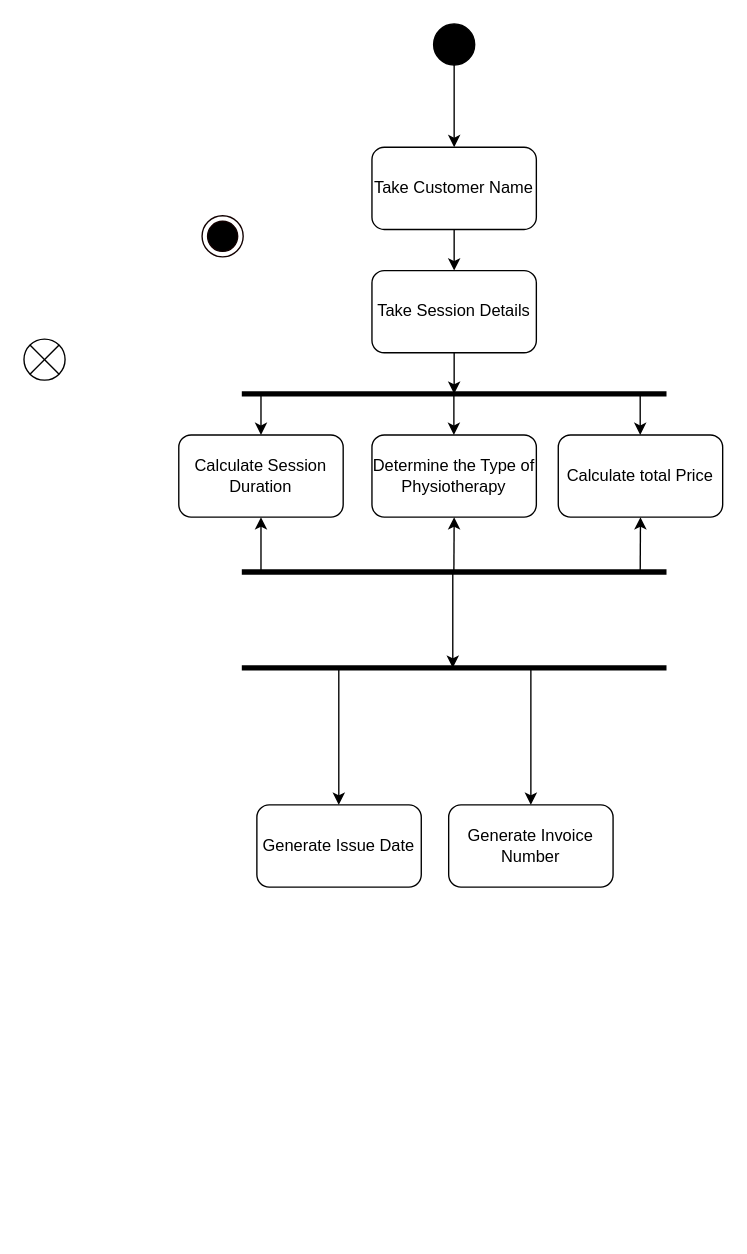
JussSelenite/JussSelenite keeps this draw.io diagram as ISWE Activity Diagram Grp Assg.drawio. Above is the earlier version. Source tidied: cells renumbered, new cells numbered last; positions are measured from the earlier drawing's top-left corner, leaving out a move shared by most shapes. Both pictures are drawn from the tidied source at 137%, with x=0, y=0 at pixel (23, 23).
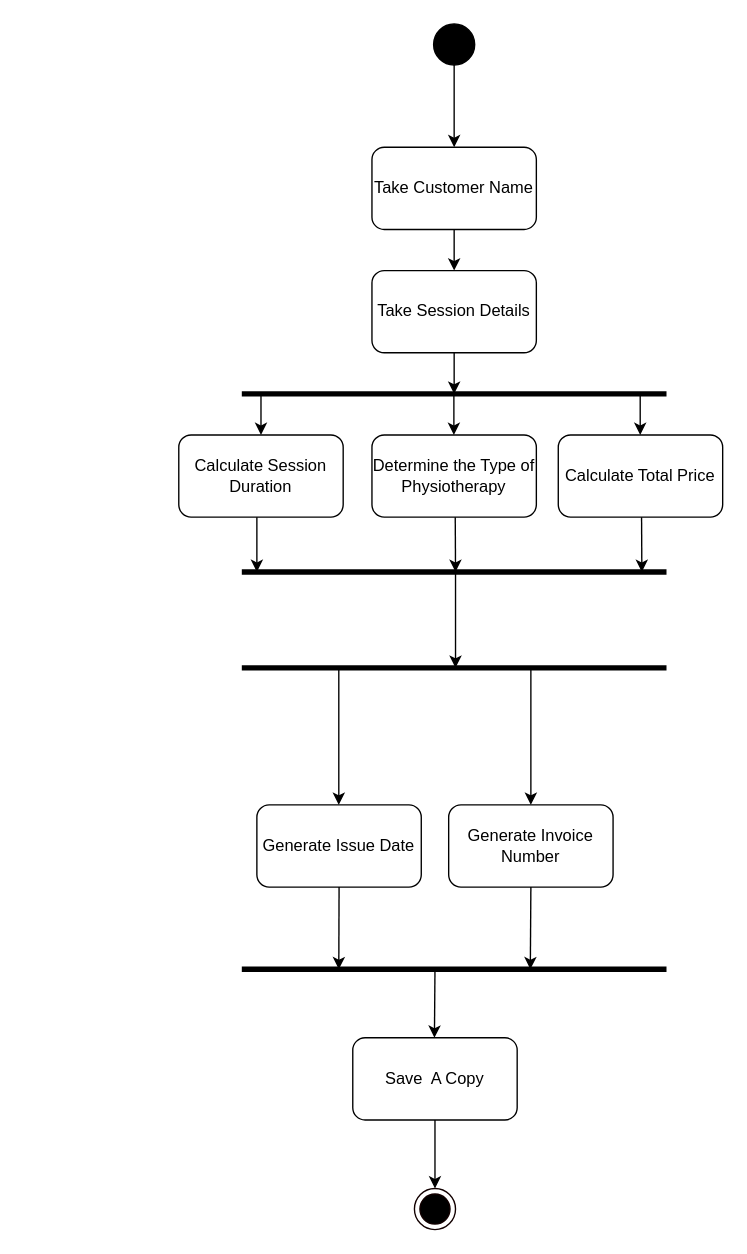
The same diagram, later.

The change refers to these unchanged cells:
```xml
<mxCell id="10" value="Calculate Session Duration" style="rounded=1;whiteSpace=wrap;html=1;" parent="1" vertex="1">
  <mxGeometry x="113" y="300" width="120" height="60" as="geometry" />
</mxCell>
<mxCell id="11" value="Determine the Type of Physiotherapy" style="rounded=1;whiteSpace=wrap;html=1;" parent="1" vertex="1">
  <mxGeometry x="254" y="300" width="120" height="60" as="geometry" />
</mxCell>
```

Change to the diagram source:
```diff
@@
     <mxCell id="2" style="ellipse;html=1;shape=endState;fillColor=#000000;strokeColor=#120000;" parent="1" vertex="1">
-      <mxGeometry x="130" y="140" width="30" height="30" as="geometry" />
+      <mxGeometry x="285" y="850" width="30" height="30" as="geometry" />
     </mxCell>
@@
-    <mxCell id="5" style="shape=sumEllipse;perimeter=ellipsePerimeter;html=1;backgroundOutline=1;" parent="1" vertex="1">
-      <mxGeometry y="230" width="30" height="30" as="geometry" />
-    </mxCell>
@@
-    <mxCell id="12" value="Calculate total Price" style="rounded=1;whiteSpace=wrap;html=1;" parent="1" vertex="1">
+    <mxCell id="12" value="Calculate Total Price" style="rounded=1;whiteSpace=wrap;html=1;" parent="1" vertex="1">
       <mxGeometry x="390" y="300" width="120" height="60" as="geometry" />
     </mxCell>
@@
-    <mxCell id="20" style="endArrow=classic;html=1;rounded=0;entryX=0.5;entryY=1;entryDx=0;entryDy=0;" parent="1" edge="1" target="11">
-      <mxGeometry relative="1" as="geometry">
-        <mxPoint x="313.8" y="400" as="sourcePoint" />
-      </mxGeometry>
-    </mxCell>
-    <mxCell id="21" style="endArrow=classic;html=1;rounded=0;entryX=0.5;entryY=1;entryDx=0;entryDy=0;" parent="1" edge="1" target="10">
-      <mxGeometry relative="1" as="geometry">
-        <mxPoint x="173" y="400" as="sourcePoint" />
-      </mxGeometry>
-    </mxCell>
-    <mxCell id="22" style="endArrow=classic;html=1;rounded=0;entryX=0.5;entryY=1;entryDx=0;entryDy=0;" parent="1" edge="1" target="12">
-      <mxGeometry relative="1" as="geometry">
-        <mxPoint x="449.8" y="400" as="sourcePoint" />
-      </mxGeometry>
-    </mxCell>
@@
     <mxCell id="24" style="edgeStyle=orthogonalEdgeStyle;rounded=0;orthogonalLoop=1;jettySize=auto;html=1;" parent="1" edge="1">
       <mxGeometry relative="1" as="geometry">
-        <mxPoint x="313" y="400" as="sourcePoint" />
-        <mxPoint x="313" y="470" as="targetPoint" />
+        <mxPoint x="315" y="400" as="sourcePoint" />
+        <mxPoint x="315" y="470" as="targetPoint" />
       </mxGeometry>
     </mxCell>
@@
+    <mxCell id="27" style="endArrow=classic;html=1;rounded=0;" parent="1" edge="1">
+      <mxGeometry relative="1" as="geometry">
+        <mxPoint x="170" y="360" as="sourcePoint" />
+        <mxPoint x="170" y="400" as="targetPoint" />
+      </mxGeometry>
+    </mxCell>
+    <mxCell id="28" style="endArrow=classic;html=1;rounded=0;" parent="1" edge="1">
+      <mxGeometry relative="1" as="geometry">
+        <mxPoint x="314.8" y="360" as="sourcePoint" />
+        <mxPoint x="315" y="400" as="targetPoint" />
+      </mxGeometry>
+    </mxCell>
+    <mxCell id="29" style="endArrow=classic;html=1;rounded=0;" parent="1" edge="1">
+      <mxGeometry relative="1" as="geometry">
+        <mxPoint x="450.8" y="360" as="sourcePoint" />
+        <mxPoint x="451" y="400" as="targetPoint" />
+      </mxGeometry>
+    </mxCell>
+    <mxCell id="30" style="endArrow=none;html=1;rounded=0;strokeWidth=4;" parent="1" edge="1">
+      <mxGeometry relative="1" as="geometry">
+        <mxPoint x="159" y="690" as="sourcePoint" />
+        <mxPoint x="469" y="690" as="targetPoint" />
+      </mxGeometry>
+    </mxCell>
+    <mxCell id="31" style="endArrow=classic;html=1;rounded=0;entryX=0.5;entryY=0;entryDx=0;entryDy=0;" parent="1" edge="1">
+      <mxGeometry relative="1" as="geometry">
+        <mxPoint x="230" y="630" as="sourcePoint" />
+        <mxPoint x="229.8" y="690" as="targetPoint" />
+      </mxGeometry>
+    </mxCell>
+    <mxCell id="32" style="endArrow=classic;html=1;rounded=0;entryX=0.5;entryY=0;entryDx=0;entryDy=0;" parent="1" edge="1">
+      <mxGeometry relative="1" as="geometry">
+        <mxPoint x="370" y="630" as="sourcePoint" />
+        <mxPoint x="369.6" y="690" as="targetPoint" />
+      </mxGeometry>
+    </mxCell>
+    <mxCell id="33" style="edgeStyle=orthogonalEdgeStyle;rounded=0;jettySize=auto;html=1;" parent="1" edge="1" source="34" target="2">
+      <mxGeometry relative="1" as="geometry" />
+    </mxCell>
+    <mxCell id="34" value="Save&amp;nbsp; A Copy" style="rounded=1;whiteSpace=wrap;html=1;" parent="1" vertex="1">
+      <mxGeometry x="240" y="740" width="120" height="60" as="geometry" />
+    </mxCell>
+    <mxCell id="35" style="endArrow=classic;html=1;rounded=0;entryX=0.5;entryY=0;entryDx=0;entryDy=0;" parent="1" edge="1">
+      <mxGeometry relative="1" as="geometry">
+        <mxPoint x="300" y="690" as="sourcePoint" />
+        <mxPoint x="299.6" y="740" as="targetPoint" />
+      </mxGeometry>
+    </mxCell>
```
